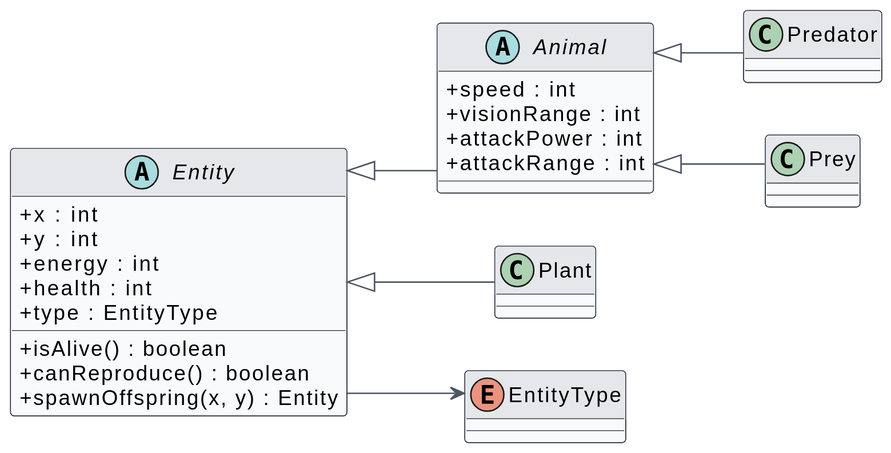
Before: book/src/assets/uml/domain-model.svg, a diagram exported from PlantUML (oliynykmax/Tleilax).
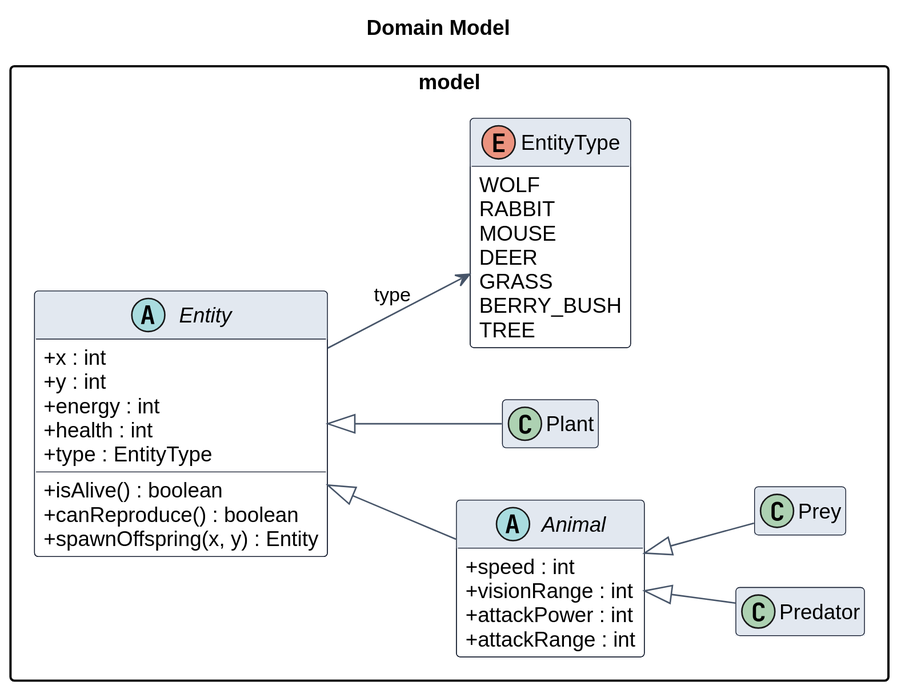
After the commit.

Diff of the diagram source:
```diff
@@ -1,43 +1,57 @@
 @startuml
+title Domain Model
 skinparam backgroundColor transparent
 skinparam shadowing false
 skinparam dpi 180
 skinparam defaultFontName Helvetica
-skinparam classFontName Helvetica
-skinparam ArrowColor #4B5563
-skinparam ClassBorderColor #1F2937
-skinparam ClassBackgroundColor #F9FAFB
-skinparam ClassHeaderBackgroundColor #E5E7EB
+skinparam ArrowColor #475569
+skinparam ClassBorderColor #0F172A
+skinparam ClassBackgroundColor #FFFFFF
+skinparam ClassHeaderBackgroundColor #E2E8F0
 skinparam ClassAttributeIconSize 0
-skinparam linetype ortho
+skinparam packageStyle rectangle
+skinparam linetype polyline
 left to right direction
+hide empty methods
+hide empty fields
 
-abstract class Entity {
-  +x : int
-  +y : int
-  +energy : int
-  +health : int
-  +type : EntityType
-  +isAlive() : boolean
-  +canReproduce() : boolean
-  +spawnOffspring(x, y) : Entity
+package "model" {
+  abstract class Entity {
+    +x : int
+    +y : int
+    +energy : int
+    +health : int
+    +type : EntityType
+    +isAlive() : boolean
+    +canReproduce() : boolean
+    +spawnOffspring(x, y) : Entity
+  }
+
+  abstract class Animal {
+    +speed : int
+    +visionRange : int
+    +attackPower : int
+    +attackRange : int
+  }
+
+  class Predator
+  class Prey
+  class Plant
+
+  enum EntityType {
+    WOLF
+    RABBIT
+    MOUSE
+    DEER
+    GRASS
+    BERRY_BUSH
+    TREE
+  }
 }
-
-abstract class Animal {
-  +speed : int
-  +visionRange : int
-  +attackPower : int
-  +attackRange : int
-}
-
-class Predator
-class Prey
-class Plant
-enum EntityType
 
 Entity <|-- Animal
 Animal <|-- Predator
 Animal <|-- Prey
 Entity <|-- Plant
-Entity --> EntityType
+Entity --> EntityType : type
 @enduml
```
